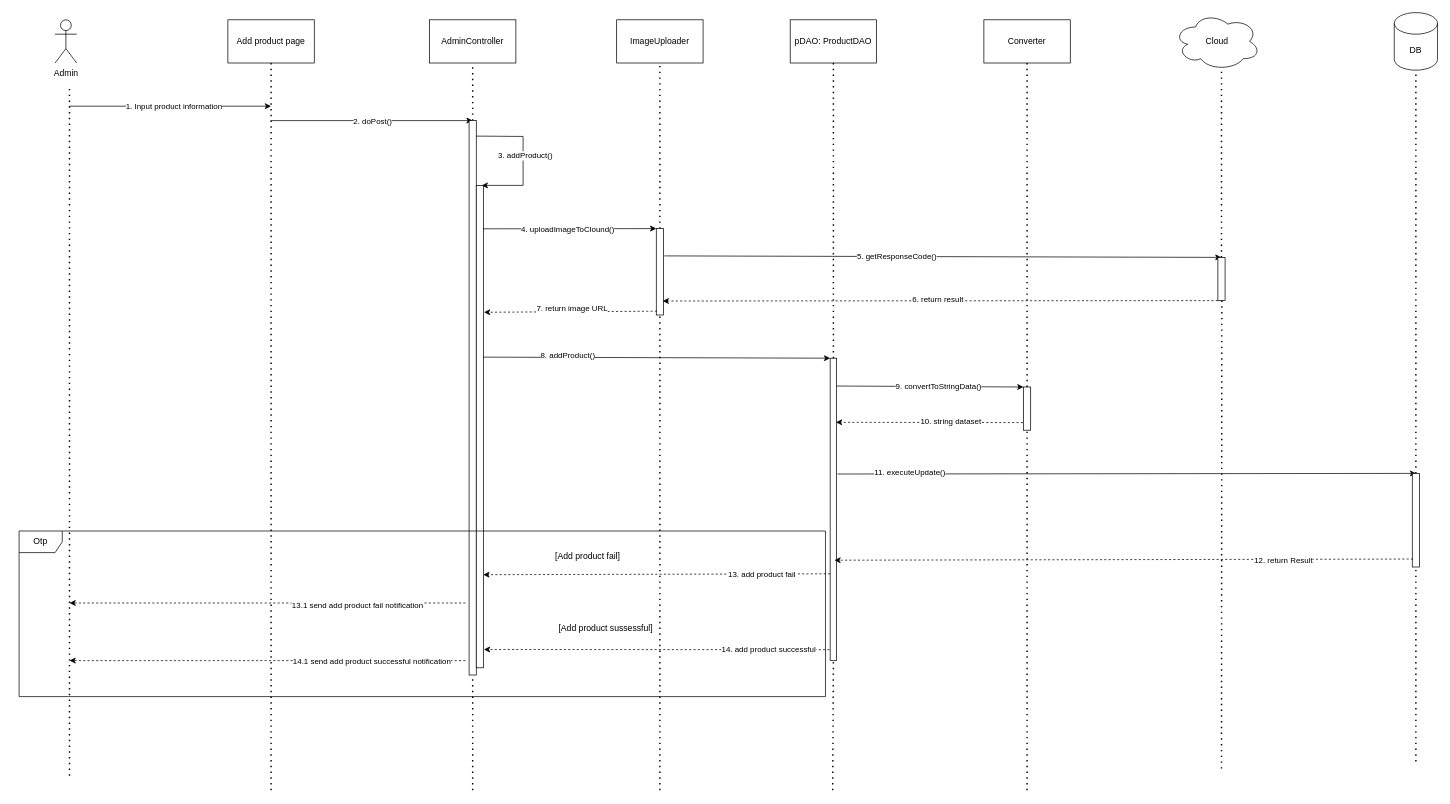
QuocZuong/perfume-store keeps this draw.io diagram as document/SDS/22.Add product/Class_Diagram/add_product_class_diagram.drawio. Above is the earlier version. Source tidied: cells renumbered, new cells numbered last; positions are measured from the earlier drawing's top-left corner, leaving out a move shared by most shapes. Both pictures are drawn from the tidied source at 72%, with x=0, y=0 at pixel (19, 12).
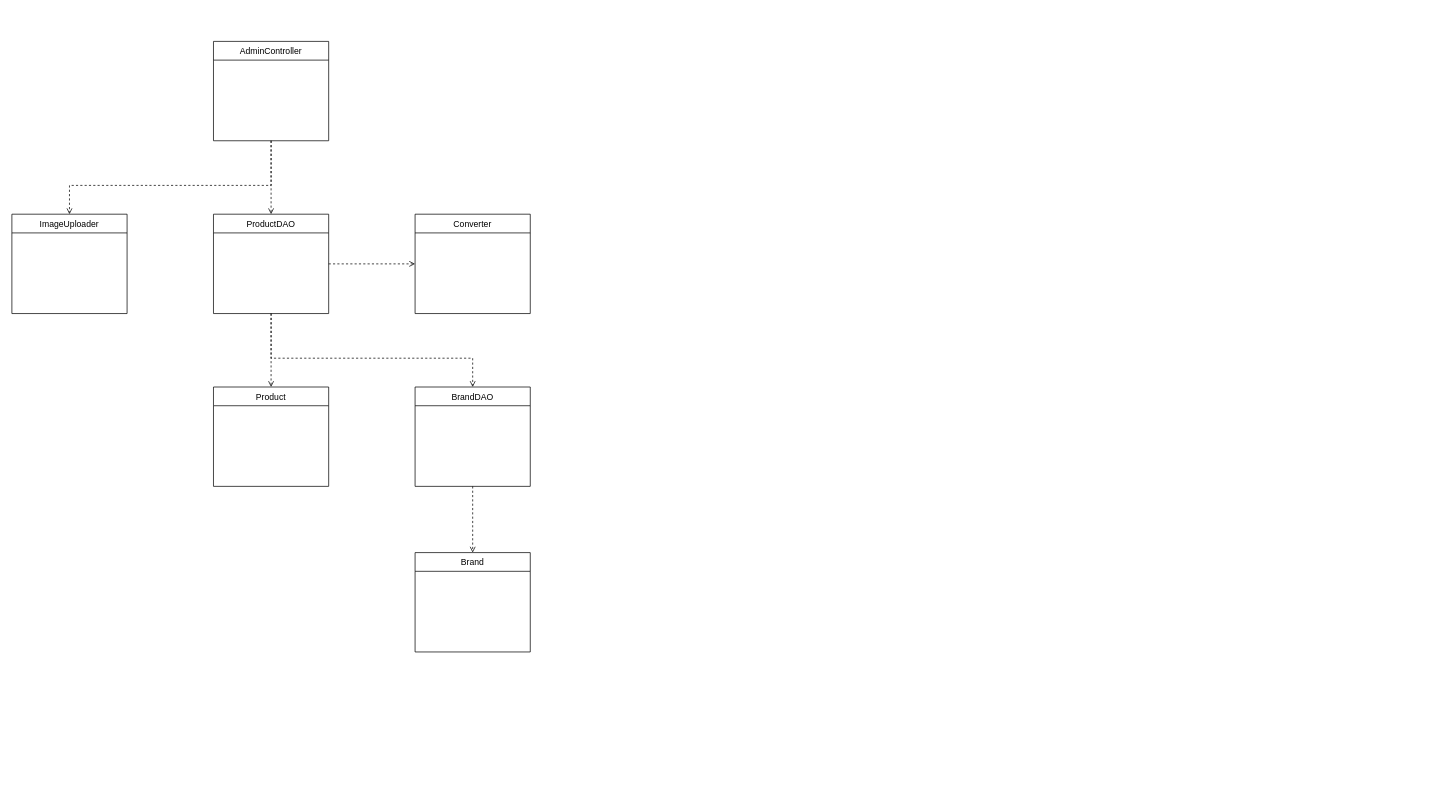
Above is the later version.

Commit message (it also covers changes not shown here):
hoan thien add product

Change to the diagram source:
```diff
@@
-    <mxCell id="2" value="Admin" style="shape=umlActor;verticalLabelPosition=bottom;verticalAlign=top;html=1;" parent="1" vertex="1">
-      <mxGeometry x="50" y="10" width="30" height="60" as="geometry" />
-    </mxCell>
-    <mxCell id="3" style="endArrow=none;dashed=1;html=1;dashPattern=1 3;strokeWidth=2;rounded=0;" parent="1" edge="1">
-      <mxGeometry relative="1" as="geometry">
-        <mxPoint x="70" y="1060" as="sourcePoint" />
-        <mxPoint x="70" y="100" as="targetPoint" />
-      </mxGeometry>
-    </mxCell>
-    <mxCell id="4" value="Add product page" style="rounded=0;whiteSpace=wrap;html=1;" parent="1" vertex="1">
-      <mxGeometry x="290" y="10" width="120" height="60" as="geometry" />
-    </mxCell>
-    <mxCell id="5" style="endArrow=none;dashed=1;html=1;dashPattern=1 3;strokeWidth=2;rounded=0;entryX=0.5;entryY=1;entryDx=0;entryDy=0;" parent="1" edge="1" target="4">
-      <mxGeometry relative="1" as="geometry">
-        <mxPoint x="350" y="1080" as="sourcePoint" />
-      </mxGeometry>
-    </mxCell>
-    <mxCell id="6" value="AdminController" style="rounded=0;whiteSpace=wrap;html=1;" parent="1" vertex="1">
-      <mxGeometry x="570" y="10" width="120" height="60" as="geometry" />
+    <mxCell id="6" value="AdminController" style="swimlane;fontStyle=0;align=center;verticalAlign=top;horizontal=1;startSize=26;rounded=0;shadow=0;strokeWidth=1;" parent="1" vertex="1">
+      <mxGeometry x="270" y="40" width="160" height="138" as="geometry" />
     </mxCell>
-    <mxCell id="7" style="endArrow=none;dashed=1;html=1;dashPattern=1 3;strokeWidth=2;rounded=0;entryX=0.5;entryY=1;entryDx=0;entryDy=0;" parent="1" edge="1" source="23" target="6">
-      <mxGeometry relative="1" as="geometry" />
-    </mxCell>
+    <mxCell id="66" value="ProductDAO" style="swimlane;fontStyle=0;align=center;verticalAlign=top;horizontal=1;startSize=26;rounded=0;shadow=0;strokeWidth=1;" parent="1" vertex="1">
+      <mxGeometry x="270" y="280" width="160" height="138" as="geometry" />
+    </mxCell>
+    <mxCell id="67" value="Product" style="swimlane;fontStyle=0;align=center;verticalAlign=top;horizontal=1;startSize=26;rounded=0;shadow=0;strokeWidth=1;" parent="1" vertex="1">
+      <mxGeometry x="270" y="520" width="160" height="138" as="geometry" />
+    </mxCell>
+    <mxCell id="68" value="BrandDAO" style="swimlane;fontStyle=0;align=center;verticalAlign=top;horizontal=1;startSize=26;rounded=0;shadow=0;strokeWidth=1;" parent="1" vertex="1">
+      <mxGeometry x="550" y="520" width="160" height="138" as="geometry" />
+    </mxCell>
+    <mxCell id="69" value="Brand" style="swimlane;fontStyle=0;align=center;verticalAlign=top;horizontal=1;startSize=26;rounded=0;shadow=0;strokeWidth=1;" parent="1" vertex="1">
+      <mxGeometry x="550" y="750" width="160" height="138" as="geometry" />
+    </mxCell>
+    <mxCell id="12" value="Converter" style="swimlane;fontStyle=0;align=center;verticalAlign=top;horizontal=1;startSize=26;rounded=0;shadow=0;strokeWidth=1;" parent="1" vertex="1">
+      <mxGeometry x="550" y="280" width="160" height="138" as="geometry" />
+    </mxCell>
-    <mxCell id="8" value="ImageUploader" style="rounded=0;whiteSpace=wrap;html=1;" parent="1" vertex="1">
-      <mxGeometry x="830" y="10" width="120" height="60" as="geometry" />
+    <mxCell id="8" value="ImageUploader" style="swimlane;fontStyle=0;align=center;verticalAlign=top;horizontal=1;startSize=26;rounded=0;shadow=0;strokeWidth=1;" parent="1" vertex="1">
+      <mxGeometry x="-10" y="280" width="160" height="138" as="geometry" />
     </mxCell>
-    <mxCell id="9" value="pDAO: ProductDAO" style="rounded=0;whiteSpace=wrap;html=1;" parent="1" vertex="1">
-      <mxGeometry x="1071" y="10" width="120" height="60" as="geometry" />
-    </mxCell>
-    <mxCell id="10" style="endArrow=none;dashed=1;html=1;dashPattern=1 3;strokeWidth=2;rounded=0;entryX=0.5;entryY=1;entryDx=0;entryDy=0;" parent="1" edge="1" source="30" target="8">
-      <mxGeometry relative="1" as="geometry" />
-    </mxCell>
-    <mxCell id="11" style="endArrow=none;dashed=1;html=1;dashPattern=1 3;strokeWidth=2;rounded=0;entryX=0.5;entryY=1;entryDx=0;entryDy=0;" parent="1" edge="1" source="42" target="9">
-      <mxGeometry relative="1" as="geometry" />
-    </mxCell>
-    <mxCell id="12" value="Converter" style="rounded=0;whiteSpace=wrap;html=1;" parent="1" vertex="1">
-      <mxGeometry x="1340" y="10" width="120" height="60" as="geometry" />
-    </mxCell>
-    <mxCell id="13" value="Cloud" style="ellipse;shape=cloud;whiteSpace=wrap;html=1;" parent="1" vertex="1">
-      <mxGeometry x="1604" width="120" height="80" as="geometry" />
-    </mxCell>
-    <mxCell id="14" value="DB" style="shape=cylinder3;whiteSpace=wrap;html=1;boundedLbl=1;backgroundOutline=1;size=15;" parent="1" vertex="1">
-      <mxGeometry x="1910" width="60" height="80" as="geometry" />
-    </mxCell>
-    <mxCell id="15" style="endArrow=none;dashed=1;html=1;dashPattern=1 3;strokeWidth=2;rounded=0;entryX=0.5;entryY=1;entryDx=0;entryDy=0;" parent="1" edge="1" source="46" target="12">
-      <mxGeometry relative="1" as="geometry" />
-    </mxCell>
-    <mxCell id="16" style="endArrow=none;dashed=1;html=1;dashPattern=1 3;strokeWidth=2;rounded=0;entryX=0.55;entryY=0.95;entryDx=0;entryDy=0;entryPerimeter=0;" parent="1" edge="1" source="34" target="13">
-      <mxGeometry relative="1" as="geometry" />
-    </mxCell>
-    <mxCell id="17" style="endArrow=none;dashed=1;html=1;dashPattern=1 3;strokeWidth=2;rounded=0;entryX=0.5;entryY=1;entryDx=0;entryDy=0;entryPerimeter=0;" parent="1" edge="1" source="52" target="14">
-      <mxGeometry relative="1" as="geometry" />
-    </mxCell>
-    <mxCell id="18" style="endArrow=classic;html=1;rounded=0;" parent="1" edge="1">
-      <mxGeometry relative="1" as="geometry">
-        <mxPoint x="70" y="130" as="sourcePoint" />
-        <mxPoint x="350" y="130" as="targetPoint" />
-      </mxGeometry>
-    </mxCell>
-    <mxCell id="19" value="1. Input product information" style="edgeLabel;html=1;align=center;verticalAlign=middle;" parent="18" vertex="1">
-      <mxGeometry x="0.03" y="3" relative="1" as="geometry">
-        <mxPoint y="3" as="offset" />
-      </mxGeometry>
-    </mxCell>
-    <mxCell id="20" style="endArrow=classic;html=1;rounded=0;" parent="1" edge="1">
-      <mxGeometry relative="1" as="geometry">
-        <mxPoint x="350" y="150" as="sourcePoint" />
-        <mxPoint x="630" y="150" as="targetPoint" />
-      </mxGeometry>
-    </mxCell>
-    <mxCell id="21" value="2. doPost()" style="edgeLabel;html=1;align=center;verticalAlign=middle;" parent="20" vertex="1">
-      <mxGeometry x="0.25" y="-2" relative="1" as="geometry">
-        <mxPoint x="-35" y="-2" as="offset" />
-      </mxGeometry>
-    </mxCell>
-    <mxCell id="22" style="endArrow=none;dashed=1;html=1;dashPattern=1 3;strokeWidth=2;rounded=0;entryX=0.5;entryY=1;entryDx=0;entryDy=0;" parent="1" edge="1" target="23">
-      <mxGeometry relative="1" as="geometry">
-        <mxPoint x="630" y="1080" as="sourcePoint" />
-      </mxGeometry>
-    </mxCell>
-    <mxCell id="23" style="rounded=0;whiteSpace=wrap;html=1;" parent="1" vertex="1">
-      <mxGeometry x="625" y="150" width="10" height="770" as="geometry" />
-    </mxCell>
-    <mxCell id="24" style="endArrow=classic;html=1;rounded=0;exitX=0.948;exitY=0.028;exitDx=0;exitDy=0;exitPerimeter=0;entryX=0.75;entryY=0;entryDx=0;entryDy=0;" parent="1" edge="1" source="23" target="26">
-      <mxGeometry relative="1" as="geometry">
-        <Array as="points">
-          <mxPoint x="700" y="172" />
-          <mxPoint x="700" y="240" />
-        </Array>
-      </mxGeometry>
-    </mxCell>
-    <mxCell id="25" value="3. addProduct()" style="edgeLabel;html=1;align=center;verticalAlign=middle;" parent="24" vertex="1">
-      <mxGeometry x="-0.04" y="2" relative="1" as="geometry" />
-    </mxCell>
-    <mxCell id="26" style="rounded=0;whiteSpace=wrap;html=1;" parent="1" vertex="1">
-      <mxGeometry x="635" y="240" width="10" height="670" as="geometry" />
-    </mxCell>
-    <mxCell id="27" style="endArrow=classic;html=1;rounded=0;entryX=0;entryY=0;entryDx=0;entryDy=0;exitX=0.908;exitY=0.09;exitDx=0;exitDy=0;exitPerimeter=0;" parent="1" edge="1" source="26" target="30">
-      <mxGeometry relative="1" as="geometry" />
-    </mxCell>
-    <mxCell id="28" value="4. uploadImageToClound()" style="edgeLabel;html=1;align=center;verticalAlign=middle;" parent="27" vertex="1">
-      <mxGeometry x="-0.11" y="-1" relative="1" as="geometry">
-        <mxPoint x="10" y="-1" as="offset" />
-      </mxGeometry>
-    </mxCell>
-    <mxCell id="29" style="endArrow=none;dashed=1;html=1;dashPattern=1 3;strokeWidth=2;rounded=0;entryX=0.5;entryY=1;entryDx=0;entryDy=0;" parent="1" edge="1" target="30">
-      <mxGeometry relative="1" as="geometry">
-        <mxPoint x="890" y="1080" as="sourcePoint" />
-      </mxGeometry>
-    </mxCell>
-    <mxCell id="30" style="rounded=0;whiteSpace=wrap;html=1;" parent="1" vertex="1">
-      <mxGeometry x="885" y="300" width="10" height="120" as="geometry" />
-    </mxCell>
-    <mxCell id="31" style="endArrow=classic;html=1;rounded=0;exitX=1.126;exitY=0.316;exitDx=0;exitDy=0;exitPerimeter=0;" parent="1" edge="1" source="30">
-      <mxGeometry relative="1" as="geometry">
-        <mxPoint x="1670" y="340" as="targetPoint" />
-      </mxGeometry>
-    </mxCell>
-    <mxCell id="32" value="5. getResponseCode()" style="edgeLabel;html=1;align=center;verticalAlign=middle;" parent="31" vertex="1">
-      <mxGeometry x="-0.17" y="-2" relative="1" as="geometry">
-        <mxPoint x="1" y="-2" as="offset" />
-      </mxGeometry>
-    </mxCell>
-    <mxCell id="33" style="endArrow=none;dashed=1;html=1;dashPattern=1 3;strokeWidth=2;rounded=0;entryX=0.55;entryY=0.95;entryDx=0;entryDy=0;entryPerimeter=0;" parent="1" edge="1" target="34">
-      <mxGeometry relative="1" as="geometry">
-        <mxPoint x="1670" y="1050" as="sourcePoint" />
-      </mxGeometry>
-    </mxCell>
-    <mxCell id="34" style="rounded=0;whiteSpace=wrap;html=1;" parent="1" vertex="1">
-      <mxGeometry x="1665" y="340" width="10" height="60" as="geometry" />
-    </mxCell>
-    <mxCell id="35" style="endArrow=classic;html=1;rounded=0;exitX=0;exitY=1;exitDx=0;exitDy=0;dashed=1;entryX=0.885;entryY=0.838;entryDx=0;entryDy=0;entryPerimeter=0;" parent="1" edge="1" source="34" target="30">
-      <mxGeometry relative="1" as="geometry" />
-    </mxCell>
-    <mxCell id="36" value="6. return result" style="edgeLabel;html=1;align=center;verticalAlign=middle;" parent="35" vertex="1">
-      <mxGeometry x="0.01" y="-2" relative="1" as="geometry" />
-    </mxCell>
-    <mxCell id="37" style="endArrow=classic;html=1;rounded=0;exitX=0.101;exitY=0.956;exitDx=0;exitDy=0;exitPerimeter=0;dashed=1;entryX=1.07;entryY=0.263;entryDx=0;entryDy=0;entryPerimeter=0;" parent="1" edge="1" source="30" target="26">
-      <mxGeometry relative="1" as="geometry" />
-    </mxCell>
-    <mxCell id="38" value="7. return image URL" style="edgeLabel;html=1;align=center;verticalAlign=middle;" parent="37" vertex="1">
-      <mxGeometry x="0.56" y="1" relative="1" as="geometry">
-        <mxPoint x="68" y="-6" as="offset" />
-      </mxGeometry>
-    </mxCell>
-    <mxCell id="39" style="endArrow=classic;html=1;rounded=0;exitX=0.986;exitY=0.356;exitDx=0;exitDy=0;exitPerimeter=0;entryX=0;entryY=0;entryDx=0;entryDy=0;" parent="1" edge="1" source="26" target="42">
-      <mxGeometry relative="1" as="geometry" />
-    </mxCell>
-    <mxCell id="40" value="8. addProduct()" style="edgeLabel;html=1;align=center;verticalAlign=middle;" parent="39" vertex="1">
-      <mxGeometry x="0.2" y="4" relative="1" as="geometry">
-        <mxPoint x="-172" as="offset" />
-      </mxGeometry>
-    </mxCell>
-    <mxCell id="41" style="endArrow=none;dashed=1;html=1;dashPattern=1 3;strokeWidth=2;rounded=0;entryX=0.5;entryY=1;entryDx=0;entryDy=0;" parent="1" edge="1" target="42">
-      <mxGeometry relative="1" as="geometry">
-        <mxPoint x="1130" y="1080" as="sourcePoint" />
-      </mxGeometry>
-    </mxCell>
-    <mxCell id="42" style="rounded=0;whiteSpace=wrap;html=1;" parent="1" vertex="1">
-      <mxGeometry x="1126.5" y="480" width="9" height="420" as="geometry" />
-    </mxCell>
-    <mxCell id="43" style="endArrow=classic;html=1;rounded=0;entryX=0;entryY=0;entryDx=0;entryDy=0;exitX=1;exitY=0.092;exitDx=0;exitDy=0;exitPerimeter=0;" parent="1" edge="1" source="42" target="46">
-      <mxGeometry relative="1" as="geometry" />
-    </mxCell>
-    <mxCell id="44" value="9. convertToStringData()" style="edgeLabel;html=1;align=center;verticalAlign=middle;" parent="43" vertex="1">
-      <mxGeometry x="0.42" y="1" relative="1" as="geometry">
-        <mxPoint x="-43" as="offset" />
-      </mxGeometry>
-    </mxCell>
-    <mxCell id="45" style="endArrow=none;dashed=1;html=1;dashPattern=1 3;strokeWidth=2;rounded=0;entryX=0.5;entryY=1;entryDx=0;entryDy=0;" parent="1" edge="1" target="46">
-      <mxGeometry relative="1" as="geometry">
-        <mxPoint x="1400" y="1080" as="sourcePoint" />
-      </mxGeometry>
-    </mxCell>
-    <mxCell id="46" style="rounded=0;whiteSpace=wrap;html=1;" parent="1" vertex="1">
-      <mxGeometry x="1395" y="520" width="10" height="60" as="geometry" />
-    </mxCell>
-    <mxCell id="47" style="endArrow=classic;html=1;rounded=0;dashed=1;exitX=-0.073;exitY=0.824;exitDx=0;exitDy=0;exitPerimeter=0;entryX=0.895;entryY=0.212;entryDx=0;entryDy=0;entryPerimeter=0;" parent="1" edge="1" source="46" target="42">
-      <mxGeometry relative="1" as="geometry" />
-    </mxCell>
-    <mxCell id="48" value="10. string dataset" style="edgeLabel;html=1;align=center;verticalAlign=middle;" parent="47" vertex="1">
-      <mxGeometry x="-0.22" y="-2" relative="1" as="geometry" />
-    </mxCell>
-    <mxCell id="49" style="endArrow=classic;html=1;rounded=0;exitX=1.141;exitY=0.383;exitDx=0;exitDy=0;exitPerimeter=0;" parent="1" edge="1" source="42">
-      <mxGeometry relative="1" as="geometry">
-        <mxPoint x="1940.4" y="640" as="targetPoint" />
-      </mxGeometry>
-    </mxCell>
-    <mxCell id="50" value="11. executeUpdate()" style="edgeLabel;html=1;align=center;verticalAlign=middle;" parent="49" vertex="1">
-      <mxGeometry x="-0.75" y="2" relative="1" as="geometry" />
-    </mxCell>
-    <mxCell id="51" style="endArrow=none;dashed=1;html=1;dashPattern=1 3;strokeWidth=2;rounded=0;entryX=0.5;entryY=1;entryDx=0;entryDy=0;entryPerimeter=0;" parent="1" edge="1" target="52">
-      <mxGeometry relative="1" as="geometry">
-        <mxPoint x="1940" y="1040" as="sourcePoint" />
-      </mxGeometry>
-    </mxCell>
-    <mxCell id="52" style="rounded=0;whiteSpace=wrap;html=1;" parent="1" vertex="1">
-      <mxGeometry x="1935" y="640" width="10" height="130" as="geometry" />
-    </mxCell>
-    <mxCell id="53" style="endArrow=classic;html=1;rounded=0;dashed=1;entryX=0.663;entryY=0.668;entryDx=0;entryDy=0;entryPerimeter=0;exitX=0.109;exitY=0.915;exitDx=0;exitDy=0;exitPerimeter=0;" parent="1" edge="1" source="52" target="42">
-      <mxGeometry relative="1" as="geometry" />
-    </mxCell>
-    <mxCell id="54" value="12. return Result" style="edgeLabel;html=1;align=center;verticalAlign=middle;" parent="53" vertex="1">
-      <mxGeometry x="0.54" y="-1" relative="1" as="geometry">
-        <mxPoint x="438" y="1" as="offset" />
-      </mxGeometry>
-    </mxCell>
-    <mxCell id="55" style="endArrow=classic;html=1;rounded=0;dashed=1;entryX=0.972;entryY=0.807;entryDx=0;entryDy=0;entryPerimeter=0;exitX=0;exitY=0.713;exitDx=0;exitDy=0;exitPerimeter=0;" parent="1" edge="1" source="42" target="26">
-      <mxGeometry relative="1" as="geometry" />
-    </mxCell>
-    <mxCell id="56" value="13. add product fail&amp;nbsp;" style="edgeLabel;html=1;align=center;verticalAlign=middle;" parent="55" vertex="1">
-      <mxGeometry x="-0.19" y="-6" relative="1" as="geometry">
-        <mxPoint x="101" y="6" as="offset" />
-      </mxGeometry>
-    </mxCell>
-    <mxCell id="57" style="endArrow=classic;html=1;rounded=0;dashed=1;" parent="1" edge="1">
-      <mxGeometry relative="1" as="geometry">
-        <mxPoint x="620" y="820" as="sourcePoint" />
-        <mxPoint x="70" y="820" as="targetPoint" />
-      </mxGeometry>
-    </mxCell>
-    <mxCell id="58" value="13.1 send add product fail notification" style="edgeLabel;html=1;align=center;verticalAlign=middle;" parent="57" vertex="1">
-      <mxGeometry x="-0.58" y="3" relative="1" as="geometry">
-        <mxPoint x="-35" as="offset" />
-      </mxGeometry>
-    </mxCell>
-    <mxCell id="59" style="endArrow=classic;html=1;rounded=0;dashed=1;" parent="1" edge="1">
-      <mxGeometry relative="1" as="geometry">
-        <mxPoint x="620" y="900" as="sourcePoint" />
-        <mxPoint x="70" y="900" as="targetPoint" />
-      </mxGeometry>
-    </mxCell>
-    <mxCell id="60" value="14.1 send add product successful notification" style="edgeLabel;html=1;align=center;verticalAlign=middle;" parent="59" vertex="1">
-      <mxGeometry x="-0.47" y="1" relative="1" as="geometry">
-        <mxPoint x="15" y="-1" as="offset" />
-      </mxGeometry>
-    </mxCell>
-    <mxCell id="61" value="Otp" style="shape=umlFrame;whiteSpace=wrap;html=1;" parent="1" vertex="1">
-      <mxGeometry y="720" width="1120" height="230" as="geometry" />
-    </mxCell>
-    <mxCell id="62" value="[Add product fail]" style="text;html=1;strokeColor=none;fillColor=none;align=center;verticalAlign=middle;whiteSpace=wrap;rounded=0;" parent="1" vertex="1">
-      <mxGeometry x="730" y="740" width="120" height="30" as="geometry" />
-    </mxCell>
-    <mxCell id="63" value="[Add product sussessful]" style="text;html=1;strokeColor=none;fillColor=none;align=center;verticalAlign=middle;whiteSpace=wrap;rounded=0;" parent="1" vertex="1">
-      <mxGeometry x="735" y="840" width="160" height="30" as="geometry" />
-    </mxCell>
-    <mxCell id="64" style="endArrow=classic;html=1;rounded=0;exitX=-0.1;exitY=0.964;exitDx=0;exitDy=0;exitPerimeter=0;entryX=1.06;entryY=0.962;entryDx=0;entryDy=0;entryPerimeter=0;dashed=1;" parent="1" edge="1" source="42" target="26">
-      <mxGeometry relative="1" as="geometry" />
-    </mxCell>
-    <mxCell id="65" value="14. add product successful" style="edgeLabel;html=1;align=center;verticalAlign=middle;" parent="64" vertex="1">
-      <mxGeometry x="-0.29" y="-2" relative="1" as="geometry">
-        <mxPoint x="85" y="2" as="offset" />
-      </mxGeometry>
-    </mxCell>
+    <mxCell id="70" style="endArrow=open;html=1;rounded=0;exitX=0.5;exitY=1;exitDx=0;exitDy=0;entryX=0.5;entryY=0;entryDx=0;entryDy=0;dashed=1;endFill=0;" parent="1" edge="1" source="6" target="66">
+      <mxGeometry relative="1" as="geometry" />
+    </mxCell>
+    <mxCell id="71" style="endArrow=open;html=1;rounded=0;exitX=0.5;exitY=1;exitDx=0;exitDy=0;entryX=0.5;entryY=0;entryDx=0;entryDy=0;dashed=1;endFill=0;" parent="1" edge="1" source="6" target="8">
+      <mxGeometry relative="1" as="geometry">
+        <Array as="points">
+          <mxPoint x="350" y="240" />
+          <mxPoint x="70" y="240" />
+        </Array>
+      </mxGeometry>
+    </mxCell>
+    <mxCell id="72" style="endArrow=open;html=1;rounded=0;exitX=1;exitY=0.5;exitDx=0;exitDy=0;entryX=0;entryY=0.5;entryDx=0;entryDy=0;dashed=1;endFill=0;" parent="1" edge="1" source="66" target="12">
+      <mxGeometry relative="1" as="geometry" />
+    </mxCell>
+    <mxCell id="73" style="endArrow=open;html=1;rounded=0;exitX=0.5;exitY=1;exitDx=0;exitDy=0;entryX=0.5;entryY=0;entryDx=0;entryDy=0;dashed=1;endFill=0;" parent="1" edge="1" source="66" target="67">
+      <mxGeometry relative="1" as="geometry" />
+    </mxCell>
+    <mxCell id="74" style="endArrow=open;html=1;rounded=0;exitX=0.5;exitY=1;exitDx=0;exitDy=0;entryX=0.5;entryY=0;entryDx=0;entryDy=0;dashed=1;endFill=0;" parent="1" edge="1" source="66" target="68">
+      <mxGeometry relative="1" as="geometry">
+        <Array as="points">
+          <mxPoint x="350" y="480" />
+          <mxPoint x="630" y="480" />
+        </Array>
+      </mxGeometry>
+    </mxCell>
+    <mxCell id="75" style="endArrow=open;html=1;rounded=0;exitX=0.5;exitY=1;exitDx=0;exitDy=0;entryX=0.5;entryY=0;entryDx=0;entryDy=0;dashed=1;endFill=0;" parent="1" edge="1" source="68" target="69">
+      <mxGeometry relative="1" as="geometry" />
+    </mxCell>
```
